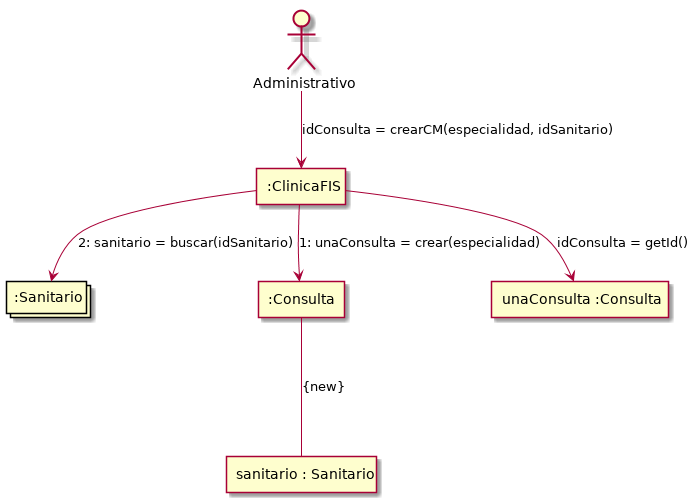
Before: P4/crearCM.png, a diagram exported from PlantUML (Ludvins/DGIIM_FIS). Its diagram source:
```plantuml
@startuml
!pragma teoz true



actor Administrativo as admin

agent ":ClinicaFIS" as clinica
collections ":Sanitario" as Sanitario
agent "sanitario : Sanitario" as sanitario
agent ":Consulta" as consulta
agent "unaConsulta :Consulta" as unaConsulta

admin --> clinica : idConsulta = crearCM(especialidad, idSanitario)
clinica --> Sanitario : 2: sanitario = buscar(idSanitario)
clinica --> consulta : 1: unaConsulta = crear(especialidad)
consulta --- sanitario : {new}
clinica --> unaConsulta : idConsulta = getId()


@enduml
```
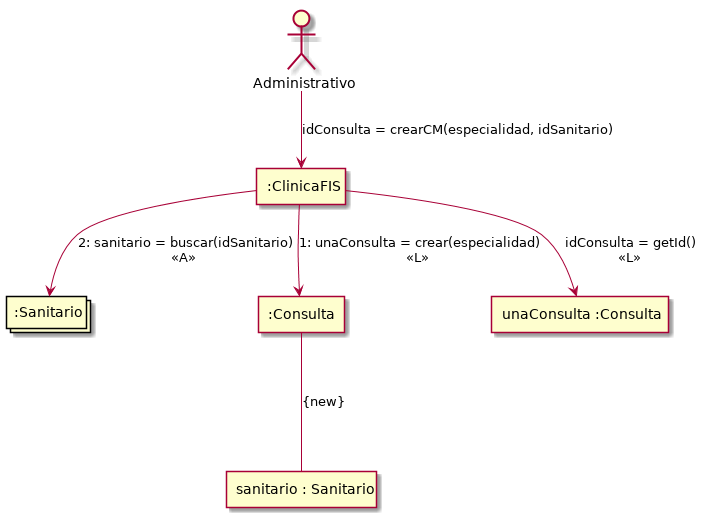
After the commit.

Commit message:
Añade asociaciones en crearCM

The edit, as a diff of the source:
```diff
@@ -12,10 +12,10 @@
 agent "unaConsulta :Consulta" as unaConsulta
 
 admin --> clinica : idConsulta = crearCM(especialidad, idSanitario)
-clinica --> Sanitario : 2: sanitario = buscar(idSanitario)
-clinica --> consulta : 1: unaConsulta = crear(especialidad)
+clinica --> Sanitario : 2: sanitario = buscar(idSanitario)\n<<A>>
+clinica --> consulta : 1: unaConsulta = crear(especialidad)\n<<L>>
 consulta --- sanitario : {new}
-clinica --> unaConsulta : idConsulta = getId()
+clinica --> unaConsulta : idConsulta = getId()\n<<L>>
 
 
 @enduml
```
